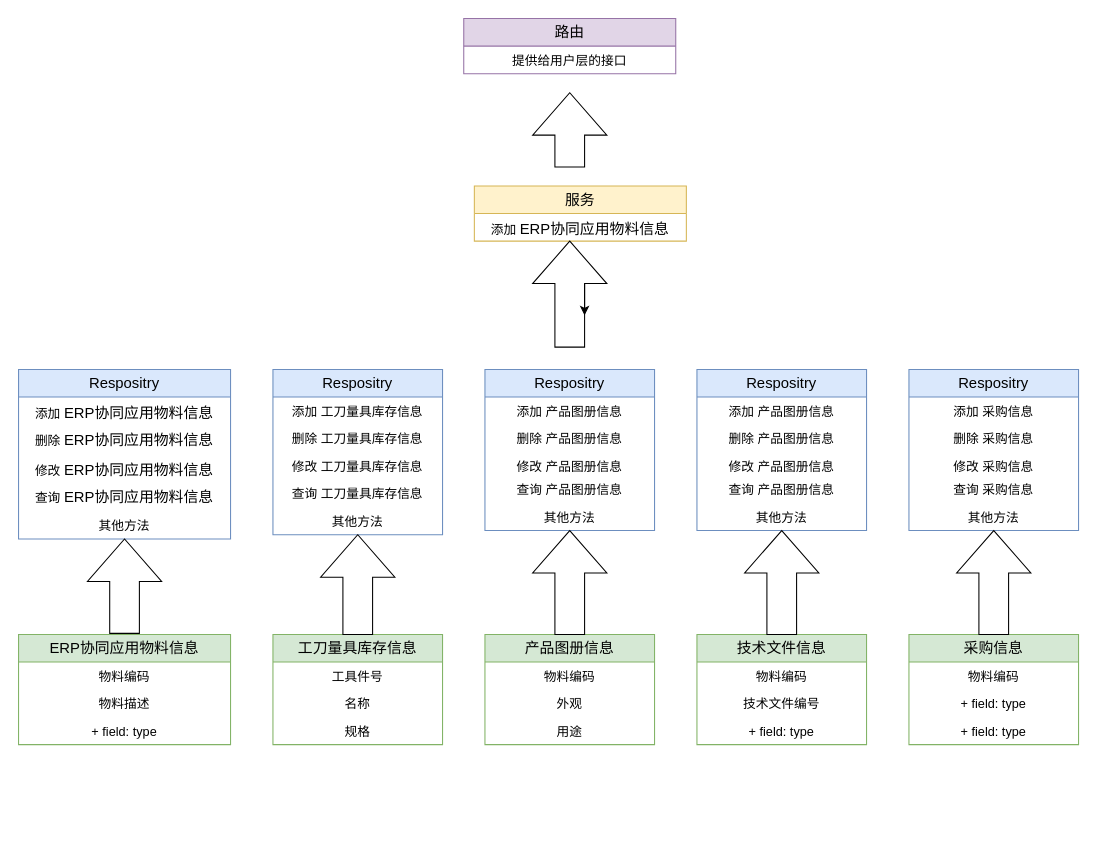
The draw.io diagram backend.drawio in miaomiao1992/draw.io, before the edit. Source tidied: cells renumbered, new cells numbered last; positions are measured from the earlier drawing's top-left corner, leaving out a move shared by most shapes. Both pictures are drawn from the tidied source at 106%, with x=0, y=0 at pixel (18, 18).
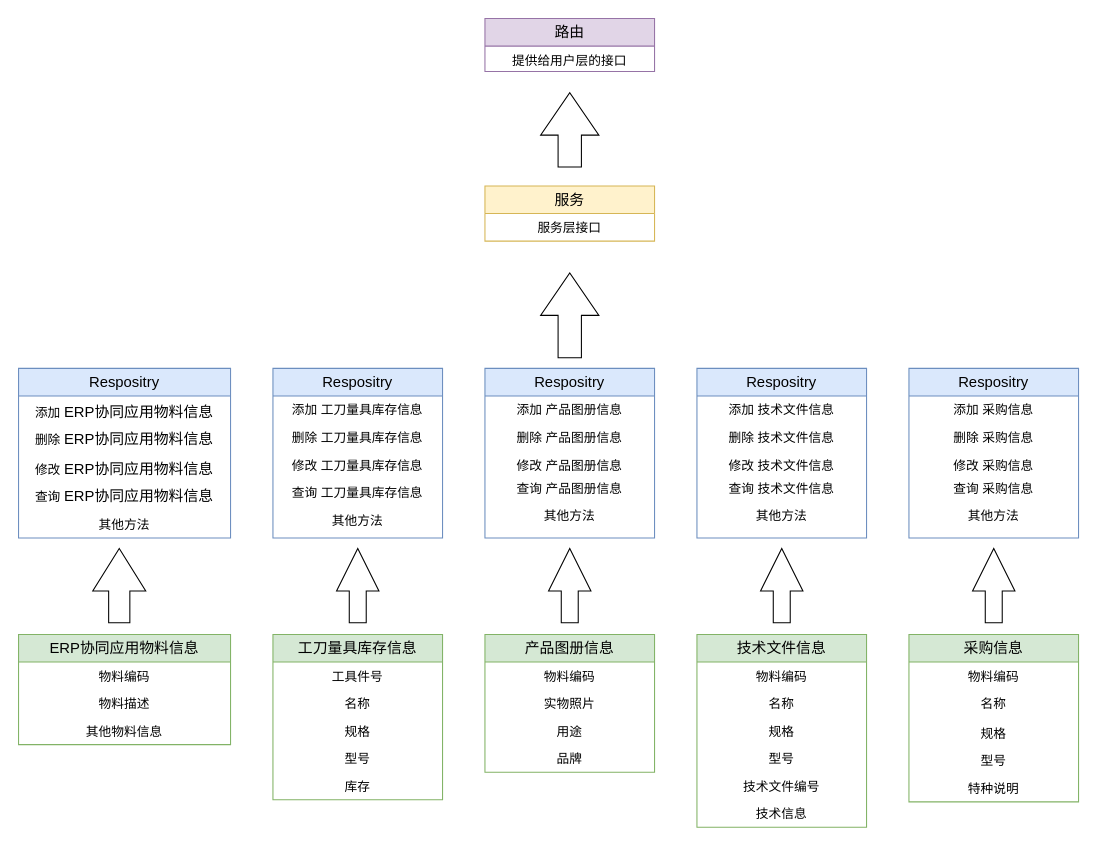
The same diagram, later.

Unchanged cells that the change refers to:
```xml
<mxCell id="2" value="&lt;span style=&quot;font-size: 14px;&quot;&gt;ERP协同应用物料信息&lt;/span&gt;" style="swimlane;fontStyle=0;horizontal=1;startSize=26;fillColor=#d5e8d4;whiteSpace=wrap;html=1;strokeColor=#82b366;align=center;" parent="1" vertex="1">
  <mxGeometry y="581" width="200" height="104" as="geometry" />
</mxCell>
```

The edit, as a diff of the source:
```diff
@@
-    <mxCell id="5" value="+ field: type" style="text;strokeColor=none;fillColor=none;align=center;verticalAlign=top;spacingLeft=4;spacingRight=4;overflow=hidden;whiteSpace=wrap;html=1;" parent="2" vertex="1">
+    <mxCell id="5" value="其他物料信息" style="text;strokeColor=none;fillColor=none;align=center;verticalAlign=top;spacingLeft=4;spacingRight=4;overflow=hidden;whiteSpace=wrap;html=1;" parent="2" vertex="1">
       <mxGeometry y="78" width="200" height="26" as="geometry" />
     </mxCell>
     <mxCell id="6" value="&lt;span style=&quot;font-size: 14px;&quot;&gt;工刀量具库存信息&lt;/span&gt;" style="swimlane;fontStyle=0;horizontal=1;startSize=26;fillColor=#d5e8d4;whiteSpace=wrap;html=1;strokeColor=#82b366;align=center;" parent="1" vertex="1">
-      <mxGeometry x="240" y="581" width="160" height="104" as="geometry" />
+      <mxGeometry x="240" y="581" width="160" height="156" as="geometry" />
     </mxCell>
@@
+    <mxCell id="64" value="型号" style="text;strokeColor=none;fillColor=none;align=center;verticalAlign=top;spacingLeft=4;spacingRight=4;overflow=hidden;whiteSpace=wrap;html=1;" parent="6" vertex="1">
+      <mxGeometry y="104" width="160" height="26" as="geometry" />
+    </mxCell>
+    <mxCell id="65" value="库存" style="text;strokeColor=none;fillColor=none;align=center;verticalAlign=top;spacingLeft=4;spacingRight=4;overflow=hidden;whiteSpace=wrap;html=1;" parent="6" vertex="1">
+      <mxGeometry y="130" width="160" height="26" as="geometry" />
+    </mxCell>
     <mxCell id="10" value="&lt;span style=&quot;font-size: 14px;&quot;&gt;产品图册信息&lt;/span&gt;" style="swimlane;fontStyle=0;horizontal=1;startSize=26;fillColor=#d5e8d4;whiteSpace=wrap;html=1;strokeColor=#82b366;align=center;" parent="1" vertex="1">
-      <mxGeometry x="440" y="581" width="160" height="104" as="geometry" />
+      <mxGeometry x="440" y="581" width="160" height="130" as="geometry" />
     </mxCell>
@@
-    <mxCell id="12" value="外观" style="text;strokeColor=none;fillColor=none;align=center;verticalAlign=top;spacingLeft=4;spacingRight=4;overflow=hidden;whiteSpace=wrap;html=1;" parent="10" vertex="1">
+    <mxCell id="12" value="实物照片" style="text;strokeColor=none;fillColor=none;align=center;verticalAlign=top;spacingLeft=4;spacingRight=4;overflow=hidden;whiteSpace=wrap;html=1;" parent="10" vertex="1">
       <mxGeometry y="52" width="160" height="26" as="geometry" />
     </mxCell>
@@
+    <mxCell id="66" value="品牌" style="text;strokeColor=none;fillColor=none;align=center;verticalAlign=top;spacingLeft=4;spacingRight=4;overflow=hidden;whiteSpace=wrap;html=1;" parent="10" vertex="1">
+      <mxGeometry y="104" width="160" height="26" as="geometry" />
+    </mxCell>
     <mxCell id="14" value="&lt;span style=&quot;font-size: 14px;&quot;&gt;技术文件信息&lt;/span&gt;" style="swimlane;fontStyle=0;horizontal=1;startSize=26;fillColor=#d5e8d4;whiteSpace=wrap;html=1;strokeColor=#82b366;align=center;" parent="1" vertex="1">
-      <mxGeometry x="640" y="581" width="160" height="104" as="geometry" />
+      <mxGeometry x="640" y="581" width="160" height="182" as="geometry" />
     </mxCell>
@@
+    <mxCell id="67" value="名称" style="text;strokeColor=none;fillColor=none;align=center;verticalAlign=top;spacingLeft=4;spacingRight=4;overflow=hidden;whiteSpace=wrap;html=1;" parent="14" vertex="1">
+      <mxGeometry y="52" width="160" height="26" as="geometry" />
+    </mxCell>
+    <mxCell id="68" value="规格" style="text;strokeColor=none;fillColor=none;align=center;verticalAlign=top;spacingLeft=4;spacingRight=4;overflow=hidden;whiteSpace=wrap;html=1;" parent="14" vertex="1">
+      <mxGeometry y="78" width="160" height="26" as="geometry" />
+    </mxCell>
+    <mxCell id="69" value="型号" style="text;strokeColor=none;fillColor=none;align=center;verticalAlign=top;spacingLeft=4;spacingRight=4;overflow=hidden;whiteSpace=wrap;html=1;" parent="14" vertex="1">
+      <mxGeometry y="104" width="160" height="26" as="geometry" />
+    </mxCell>
     <mxCell id="16" value="技术文件编号" style="text;strokeColor=none;fillColor=none;align=center;verticalAlign=top;spacingLeft=4;spacingRight=4;overflow=hidden;whiteSpace=wrap;html=1;" parent="14" vertex="1">
-      <mxGeometry y="52" width="160" height="26" as="geometry" />
+      <mxGeometry y="130" width="160" height="26" as="geometry" />
     </mxCell>
-    <mxCell id="17" value="+ field: type" style="text;strokeColor=none;fillColor=none;align=center;verticalAlign=top;spacingLeft=4;spacingRight=4;overflow=hidden;whiteSpace=wrap;html=1;" parent="14" vertex="1">
-      <mxGeometry y="78" width="160" height="26" as="geometry" />
+    <mxCell id="17" value="技术信息" style="text;strokeColor=none;fillColor=none;align=center;verticalAlign=top;spacingLeft=4;spacingRight=4;overflow=hidden;whiteSpace=wrap;html=1;" parent="14" vertex="1">
+      <mxGeometry y="156" width="160" height="26" as="geometry" />
     </mxCell>
     <mxCell id="18" value="&lt;span style=&quot;font-size: 14px;&quot;&gt;采购信息&lt;/span&gt;" style="swimlane;fontStyle=0;horizontal=1;startSize=26;fillColor=#d5e8d4;whiteSpace=wrap;html=1;strokeColor=#82b366;align=center;" parent="1" vertex="1">
-      <mxGeometry x="840" y="581" width="160" height="104" as="geometry" />
+      <mxGeometry x="840" y="581" width="160" height="158" as="geometry" />
     </mxCell>
@@
-    <mxCell id="20" value="+ field: type" style="text;strokeColor=none;fillColor=none;align=center;verticalAlign=top;spacingLeft=4;spacingRight=4;overflow=hidden;whiteSpace=wrap;html=1;" parent="18" vertex="1">
-      <mxGeometry y="52" width="160" height="26" as="geometry" />
+    <mxCell id="20" value="名称" style="text;strokeColor=none;fillColor=none;align=center;verticalAlign=top;spacingLeft=4;spacingRight=4;overflow=hidden;whiteSpace=wrap;html=1;" parent="18" vertex="1">
+      <mxGeometry y="52" width="160" height="28" as="geometry" />
     </mxCell>
-    <mxCell id="21" value="+ field: type" style="text;strokeColor=none;fillColor=none;align=center;verticalAlign=top;spacingLeft=4;spacingRight=4;overflow=hidden;whiteSpace=wrap;html=1;" parent="18" vertex="1">
-      <mxGeometry y="78" width="160" height="26" as="geometry" />
+    <mxCell id="21" value="规格" style="text;strokeColor=none;fillColor=none;align=center;verticalAlign=top;spacingLeft=4;spacingRight=4;overflow=hidden;whiteSpace=wrap;html=1;" parent="18" vertex="1">
+      <mxGeometry y="80" width="160" height="26" as="geometry" />
     </mxCell>
+    <mxCell id="70" value="型号" style="text;strokeColor=none;fillColor=none;align=center;verticalAlign=top;spacingLeft=4;spacingRight=4;overflow=hidden;whiteSpace=wrap;html=1;" parent="18" vertex="1">
+      <mxGeometry y="106" width="160" height="26" as="geometry" />
+    </mxCell>
+    <mxCell id="71" value="特种说明" style="text;strokeColor=none;fillColor=none;align=center;verticalAlign=top;spacingLeft=4;spacingRight=4;overflow=hidden;whiteSpace=wrap;html=1;" parent="18" vertex="1">
+      <mxGeometry y="132" width="160" height="26" as="geometry" />
+    </mxCell>
     <mxCell id="22" value="&lt;span style=&quot;font-size: 14px;&quot;&gt;Respositry&lt;/span&gt;" style="swimlane;fontStyle=0;horizontal=1;startSize=26;fillColor=#dae8fc;whiteSpace=wrap;html=1;strokeColor=#6c8ebf;align=center;" parent="1" vertex="1">
-      <mxGeometry y="331" width="200" height="160" as="geometry" />
+      <mxGeometry y="330" width="200" height="160" as="geometry" />
     </mxCell>
@@
     <mxCell id="28" value="&lt;span style=&quot;font-size: 14px;&quot;&gt;Resposi&lt;/span&gt;&lt;span style=&quot;font-size: 14px; background-color: initial;&quot;&gt;try&lt;/span&gt;" style="swimlane;fontStyle=0;horizontal=1;startSize=26;fillColor=#dae8fc;whiteSpace=wrap;html=1;strokeColor=#6c8ebf;align=center;" parent="1" vertex="1">
-      <mxGeometry x="240" y="331" width="160" height="156" as="geometry" />
+      <mxGeometry x="240" y="330" width="160" height="160" as="geometry" />
     </mxCell>
@@
     <mxCell id="33" value="其他方法" style="text;strokeColor=none;fillColor=none;align=center;verticalAlign=top;spacingLeft=4;spacingRight=4;overflow=hidden;whiteSpace=wrap;html=1;" parent="28" vertex="1">
-      <mxGeometry y="130" width="160" height="26" as="geometry" />
+      <mxGeometry y="130" width="160" height="30" as="geometry" />
     </mxCell>
     <mxCell id="34" style="html=1;shadow=0;dashed=0;align=center;verticalAlign=middle;shape=mxgraph.arrows2.arrow;dy=0.6;dx=40;direction=north;notch=0;" parent="1" vertex="1">
-      <mxGeometry x="65" y="491" width="70" height="89" as="geometry" />
+      <mxGeometry x="70" y="500" width="50" height="70" as="geometry" />
     </mxCell>
     <mxCell id="35" style="html=1;shadow=0;dashed=0;align=center;verticalAlign=middle;shape=mxgraph.arrows2.arrow;dy=0.6;dx=40;direction=north;notch=0;" parent="1" vertex="1">
-      <mxGeometry x="285" y="487" width="70" height="94" as="geometry" />
+      <mxGeometry x="300" y="500" width="40" height="70" as="geometry" />
     </mxCell>
     <mxCell id="36" value="&lt;span style=&quot;font-size: 14px;&quot;&gt;Respositry&lt;/span&gt;" style="swimlane;fontStyle=0;horizontal=1;startSize=26;fillColor=#dae8fc;whiteSpace=wrap;html=1;strokeColor=#6c8ebf;align=center;" parent="1" vertex="1">
-      <mxGeometry x="440" y="331" width="160" height="152" as="geometry" />
+      <mxGeometry x="440" y="330" width="160" height="160" as="geometry" />
     </mxCell>
@@
     <mxCell id="41" value="其他方法" style="text;strokeColor=none;fillColor=none;align=center;verticalAlign=top;spacingLeft=4;spacingRight=4;overflow=hidden;whiteSpace=wrap;html=1;" parent="36" vertex="1">
-      <mxGeometry y="126" width="160" height="26" as="geometry" />
+      <mxGeometry y="126" width="160" height="34" as="geometry" />
     </mxCell>
     <mxCell id="42" style="html=1;shadow=0;dashed=0;align=center;verticalAlign=middle;shape=mxgraph.arrows2.arrow;dy=0.6;dx=40;direction=north;notch=0;" parent="1" vertex="1">
-      <mxGeometry x="485" y="483" width="70" height="98" as="geometry" />
+      <mxGeometry x="500" y="500" width="40" height="70" as="geometry" />
     </mxCell>
     <mxCell id="43" value="&lt;span style=&quot;font-size: 14px;&quot;&gt;Respositry&lt;/span&gt;" style="swimlane;fontStyle=0;horizontal=1;startSize=26;fillColor=#dae8fc;whiteSpace=wrap;html=1;strokeColor=#6c8ebf;align=center;" parent="1" vertex="1">
-      <mxGeometry x="640" y="331" width="160" height="152" as="geometry" />
+      <mxGeometry x="640" y="330" width="160" height="160" as="geometry" />
     </mxCell>
-    <mxCell id="44" value="添加 产品图册信息" style="text;strokeColor=none;fillColor=none;align=center;verticalAlign=top;spacingLeft=4;spacingRight=4;overflow=hidden;whiteSpace=wrap;html=1;" parent="43" vertex="1">
+    <mxCell id="44" value="添加 技术文件信息" style="text;strokeColor=none;fillColor=none;align=center;verticalAlign=top;spacingLeft=4;spacingRight=4;overflow=hidden;whiteSpace=wrap;html=1;" parent="43" vertex="1">
       <mxGeometry y="26" width="160" height="26" as="geometry" />
     </mxCell>
-    <mxCell id="45" value="删除 产品图册信息" style="text;strokeColor=none;fillColor=none;align=center;verticalAlign=top;spacingLeft=4;spacingRight=4;overflow=hidden;whiteSpace=wrap;html=1;" parent="43" vertex="1">
+    <mxCell id="45" value="删除 技术文件信息" style="text;strokeColor=none;fillColor=none;align=center;verticalAlign=top;spacingLeft=4;spacingRight=4;overflow=hidden;whiteSpace=wrap;html=1;" parent="43" vertex="1">
       <mxGeometry y="52" width="160" height="26" as="geometry" />
     </mxCell>
-    <mxCell id="46" value="修改 产品图册信息" style="text;strokeColor=none;fillColor=none;align=center;verticalAlign=top;spacingLeft=4;spacingRight=4;overflow=hidden;whiteSpace=wrap;html=1;" parent="43" vertex="1">
+    <mxCell id="46" value="修改 技术文件信息" style="text;strokeColor=none;fillColor=none;align=center;verticalAlign=top;spacingLeft=4;spacingRight=4;overflow=hidden;whiteSpace=wrap;html=1;" parent="43" vertex="1">
       <mxGeometry y="78" width="160" height="22" as="geometry" />
     </mxCell>
-    <mxCell id="47" value="查询 产品图册信息" style="text;strokeColor=none;fillColor=none;align=center;verticalAlign=top;spacingLeft=4;spacingRight=4;overflow=hidden;whiteSpace=wrap;html=1;" parent="43" vertex="1">
+    <mxCell id="47" value="查询 技术文件信息" style="text;strokeColor=none;fillColor=none;align=center;verticalAlign=top;spacingLeft=4;spacingRight=4;overflow=hidden;whiteSpace=wrap;html=1;" parent="43" vertex="1">
       <mxGeometry y="100" width="160" height="26" as="geometry" />
     </mxCell>
     <mxCell id="48" value="其他方法" style="text;strokeColor=none;fillColor=none;align=center;verticalAlign=top;spacingLeft=4;spacingRight=4;overflow=hidden;whiteSpace=wrap;html=1;" parent="43" vertex="1">
-      <mxGeometry y="126" width="160" height="26" as="geometry" />
+      <mxGeometry y="126" width="160" height="34" as="geometry" />
     </mxCell>
     <mxCell id="49" style="html=1;shadow=0;dashed=0;align=center;verticalAlign=middle;shape=mxgraph.arrows2.arrow;dy=0.6;dx=40;direction=north;notch=0;" parent="1" vertex="1">
-      <mxGeometry x="685" y="483" width="70" height="98" as="geometry" />
+      <mxGeometry x="700" y="500" width="40" height="70" as="geometry" />
     </mxCell>
     <mxCell id="50" value="&lt;span style=&quot;font-size: 14px;&quot;&gt;Respositry&lt;/span&gt;" style="swimlane;fontStyle=0;horizontal=1;startSize=26;fillColor=#dae8fc;whiteSpace=wrap;html=1;strokeColor=#6c8ebf;align=center;" parent="1" vertex="1">
-      <mxGeometry x="840" y="331" width="160" height="152" as="geometry" />
+      <mxGeometry x="840" y="330" width="160" height="160" as="geometry" />
     </mxCell>
@@
     <mxCell id="55" value="其他方法" style="text;strokeColor=none;fillColor=none;align=center;verticalAlign=top;spacingLeft=4;spacingRight=4;overflow=hidden;whiteSpace=wrap;html=1;" parent="50" vertex="1">
-      <mxGeometry y="126" width="160" height="26" as="geometry" />
+      <mxGeometry y="126" width="160" height="34" as="geometry" />
     </mxCell>
     <mxCell id="56" value="&lt;span style=&quot;font-size: 14px;&quot;&gt;服务&lt;/span&gt;" style="swimlane;fontStyle=0;horizontal=1;startSize=26;fillColor=#fff2cc;whiteSpace=wrap;html=1;strokeColor=#d6b656;align=center;" parent="1" vertex="1">
-      <mxGeometry x="430" y="158" width="200" height="52" as="geometry" />
+      <mxGeometry x="440" y="158" width="160" height="52" as="geometry" />
     </mxCell>
-    <mxCell id="57" value="添加&amp;nbsp;&lt;span style=&quot;font-size: 14px;&quot;&gt;ERP协同应用物料信息&lt;/span&gt;" style="text;strokeColor=none;fillColor=none;align=center;verticalAlign=top;spacingLeft=4;spacingRight=4;overflow=hidden;whiteSpace=wrap;html=1;" parent="56" vertex="1">
-      <mxGeometry y="26" width="200" height="26" as="geometry" />
+    <mxCell id="57" value="服务层接口" style="text;strokeColor=none;fillColor=none;align=center;verticalAlign=top;spacingLeft=4;spacingRight=4;overflow=hidden;whiteSpace=wrap;html=1;" parent="56" vertex="1">
+      <mxGeometry y="26" width="160" height="26" as="geometry" />
     </mxCell>
     <mxCell id="58" value="&lt;span style=&quot;font-size: 14px;&quot;&gt;路由&lt;/span&gt;" style="swimlane;fontStyle=0;horizontal=1;startSize=26;fillColor=#e1d5e7;whiteSpace=wrap;html=1;strokeColor=#9673a6;align=center;" parent="1" vertex="1">
-      <mxGeometry x="420" width="200" height="52" as="geometry" />
+      <mxGeometry x="440" width="160" height="50" as="geometry" />
     </mxCell>
     <mxCell id="59" value="提供给用户层的接口" style="text;strokeColor=none;fillColor=none;align=center;verticalAlign=top;spacingLeft=4;spacingRight=4;overflow=hidden;whiteSpace=wrap;html=1;" parent="58" vertex="1">
-      <mxGeometry y="26" width="200" height="26" as="geometry" />
+      <mxGeometry y="26" width="160" height="24" as="geometry" />
     </mxCell>
     <mxCell id="60" style="html=1;shadow=0;dashed=0;align=center;verticalAlign=middle;shape=mxgraph.arrows2.arrow;dy=0.6;dx=40;direction=north;notch=0;" parent="1" vertex="1">
-      <mxGeometry x="485" y="210" width="70" height="100" as="geometry" />
+      <mxGeometry x="492.5" y="240" width="55" height="80" as="geometry" />
     </mxCell>
     <mxCell id="61" style="html=1;shadow=0;dashed=0;align=center;verticalAlign=middle;shape=mxgraph.arrows2.arrow;dy=0.6;dx=40;direction=north;notch=0;" parent="1" vertex="1">
-      <mxGeometry x="485" y="70" width="70" height="70" as="geometry" />
+      <mxGeometry x="492.5" y="70" width="55" height="70" as="geometry" />
     </mxCell>
     <mxCell id="62" style="html=1;shadow=0;dashed=0;align=center;verticalAlign=middle;shape=mxgraph.arrows2.arrow;dy=0.6;dx=40;direction=north;notch=0;" parent="1" vertex="1">
-      <mxGeometry x="885" y="483" width="70" height="98" as="geometry" />
+      <mxGeometry x="900" y="500" width="40" height="70" as="geometry" />
     </mxCell>
-    <mxCell id="63" style="edgeStyle=orthogonalEdgeStyle;rounded=0;orthogonalLoop=1;jettySize=auto;html=1;exitX=0;exitY=0;exitDx=60;exitDy=49;exitPerimeter=0;entryX=0;entryY=0;entryDx=30;entryDy=49;entryPerimeter=0;align=center;" parent="1" edge="1" source="60" target="60">
-      <mxGeometry relative="1" as="geometry" />
-    </mxCell>
```
